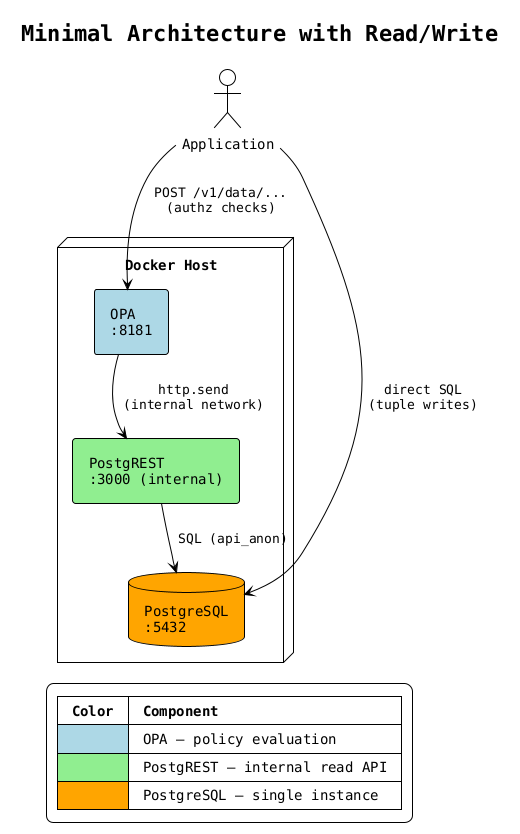
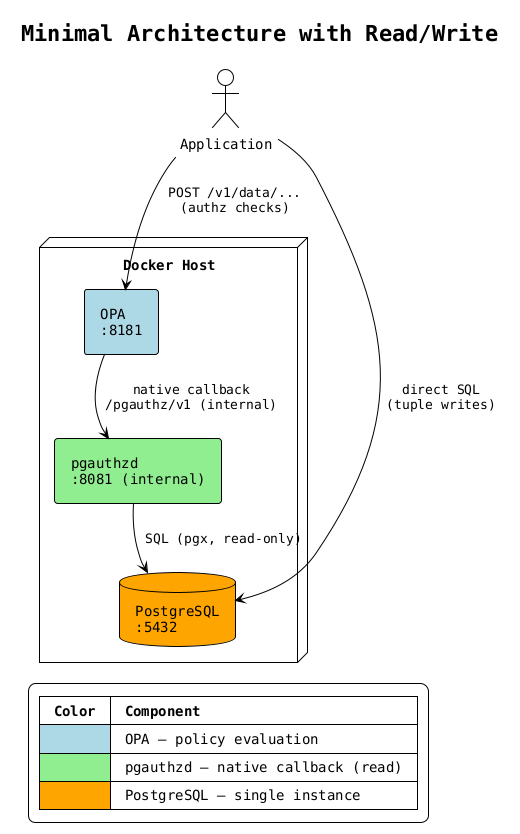
@startuml architecture-minimal

!theme plain
skinparam backgroundColor white
skinparam componentStyle rectangle
skinparam defaultFontName monospaced
skinparam nodesep 50
skinparam ranksep 40
skinparam padding 6

title Minimal Architecture with Read/Write

actor "Application" as app1

node "Docker Host" as host1 {
    component "OPA\n:8181" as opa1 #LightBlue
-     component "PostgREST\n:3000 (internal)" as pgrst1 #LightGreen
+     component "pgauthzd\n:8081 (internal)" as pgd1 #LightGreen
    database "PostgreSQL\n:5432" as pg1 #Orange
}

app1 -down-> opa1 : "POST /v1/data/...\n(authz checks)"
- opa1 -down-> pgrst1 : "http.send\n(internal network)"
- pgrst1 -down-> pg1 : "SQL (api_anon)"
+ opa1 -down-> pgd1 : "native callback\n/pgauthz/v1 (internal)"
+ pgd1 -down-> pg1 : "SQL (pgx, read-only)"
app1 -down-> pg1 : "direct SQL\n(tuple writes)"

legend bottom left
  |= Color |= Component |
  | <#LightBlue> | OPA — policy evaluation |
-   | <#LightGreen> | PostgREST — internal read API |
+   | <#LightGreen> | pgauthzd — native callback (read) |
  | <#Orange> | PostgreSQL — single instance |
end legend

@enduml
